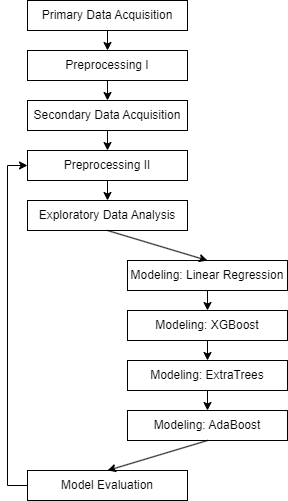
garybair/Predicting-Wine-Quality---A-Climatological-Approach keeps this draw.io diagram as images/project-flow-chart.png. Above is the earlier version. Source tidied: cells renumbered, new cells last; positions are measured from the earlier drawing's top-left corner, leaving out a move shared by most shapes.
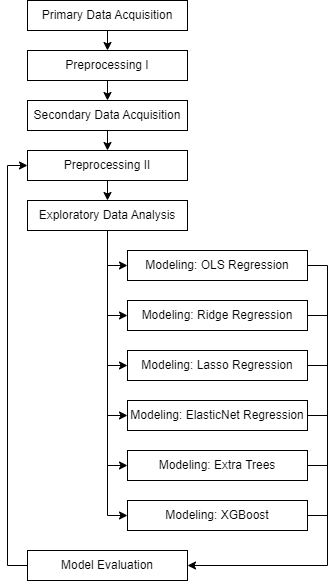
Later version of the same file.

The edit, as a diff of the source:
```diff
@@ -17,20 +17,20 @@
     <mxCell id="6" value="Exploratory Data Analysis" style="rounded=0;whiteSpace=wrap;html=1;" parent="1" vertex="1">
       <mxGeometry x="20" y="200" width="160" height="30" as="geometry" />
     </mxCell>
-    <mxCell id="7" value="Modeling: AdaBoost" style="rounded=0;whiteSpace=wrap;html=1;" parent="1" vertex="1">
-      <mxGeometry x="120" y="410" width="160" height="30" as="geometry" />
+    <mxCell id="7" value="Modeling: ElasticNet Regression" style="rounded=0;whiteSpace=wrap;html=1;" parent="1" vertex="1">
+      <mxGeometry x="120" y="400" width="180" height="30" as="geometry" />
     </mxCell>
-    <mxCell id="8" value="Modeling: Linear Regression" style="rounded=0;whiteSpace=wrap;html=1;" parent="1" vertex="1">
-      <mxGeometry x="120" y="260" width="160" height="30" as="geometry" />
+    <mxCell id="8" value="Modeling: OLS Regression" style="rounded=0;whiteSpace=wrap;html=1;" parent="1" vertex="1">
+      <mxGeometry x="120" y="250" width="180" height="30" as="geometry" />
     </mxCell>
-    <mxCell id="9" value="Modeling: XGBoost" style="rounded=0;whiteSpace=wrap;html=1;" parent="1" vertex="1">
-      <mxGeometry x="120" y="310" width="160" height="30" as="geometry" />
+    <mxCell id="9" value="Modeling: Ridge Regression" style="rounded=0;whiteSpace=wrap;html=1;" parent="1" vertex="1">
+      <mxGeometry x="120" y="300" width="180" height="30" as="geometry" />
     </mxCell>
-    <mxCell id="10" value="Modeling: ExtraTrees" style="rounded=0;whiteSpace=wrap;html=1;" parent="1" vertex="1">
-      <mxGeometry x="120" y="360" width="160" height="30" as="geometry" />
+    <mxCell id="10" value="Modeling: Lasso Regression" style="rounded=0;whiteSpace=wrap;html=1;" parent="1" vertex="1">
+      <mxGeometry x="120" y="350" width="180" height="30" as="geometry" />
     </mxCell>
     <mxCell id="11" value="Model Evaluation" style="rounded=0;whiteSpace=wrap;html=1;" parent="1" vertex="1">
-      <mxGeometry x="20" y="470" width="160" height="30" as="geometry" />
+      <mxGeometry x="20" y="550" width="160" height="30" as="geometry" />
     </mxCell>
     <mxCell id="12" style="endArrow=classic;html=1;rounded=0;exitX=0.5;exitY=1;exitDx=0;exitDy=0;" parent="1" edge="1" source="2" target="3">
       <mxGeometry relative="1" as="geometry" />
@@ -44,28 +44,97 @@
     <mxCell id="15" style="endArrow=classic;html=1;rounded=0;exitX=0.5;exitY=1;exitDx=0;exitDy=0;entryX=0.5;entryY=0;entryDx=0;entryDy=0;" parent="1" edge="1" source="5" target="6">
       <mxGeometry relative="1" as="geometry" />
     </mxCell>
-    <mxCell id="16" style="endArrow=classic;html=1;rounded=0;exitX=0.5;exitY=1;exitDx=0;exitDy=0;" parent="1" edge="1" source="8" target="9">
-      <mxGeometry relative="1" as="geometry" />
-    </mxCell>
-    <mxCell id="17" style="endArrow=classic;html=1;rounded=0;exitX=0.5;exitY=1;exitDx=0;exitDy=0;entryX=0.5;entryY=0;entryDx=0;entryDy=0;" parent="1" edge="1" source="6" target="8">
-      <mxGeometry relative="1" as="geometry" />
-    </mxCell>
-    <mxCell id="18" style="endArrow=classic;html=1;rounded=0;exitX=0.5;exitY=1;exitDx=0;exitDy=0;entryX=0.5;entryY=0;entryDx=0;entryDy=0;" parent="1" edge="1" source="9" target="10">
-      <mxGeometry relative="1" as="geometry" />
-    </mxCell>
-    <mxCell id="19" style="endArrow=classic;html=1;rounded=0;exitX=0.5;exitY=1;exitDx=0;exitDy=0;entryX=0.5;entryY=0;entryDx=0;entryDy=0;" parent="1" edge="1" source="10" target="7">
-      <mxGeometry relative="1" as="geometry" />
-    </mxCell>
-    <mxCell id="20" style="endArrow=classic;html=1;rounded=0;exitX=0.5;exitY=1;exitDx=0;exitDy=0;entryX=0.5;entryY=0;entryDx=0;entryDy=0;" parent="1" edge="1" source="7" target="11">
-      <mxGeometry relative="1" as="geometry" />
-    </mxCell>
     <mxCell id="21" style="endArrow=classic;html=1;rounded=0;exitX=0;exitY=0.5;exitDx=0;exitDy=0;entryX=0;entryY=0.5;entryDx=0;entryDy=0;" parent="1" edge="1" source="11" target="5">
       <mxGeometry relative="1" as="geometry">
         <Array as="points">
-          <mxPoint y="485" />
+          <mxPoint y="565" />
           <mxPoint y="165" />
         </Array>
       </mxGeometry>
     </mxCell>
+    <mxCell id="22" value="Modeling: Extra Trees" style="rounded=0;whiteSpace=wrap;html=1;" parent="1" vertex="1">
+      <mxGeometry x="120" y="450" width="180" height="30" as="geometry" />
+    </mxCell>
+    <mxCell id="23" value="Modeling: XGBoost" style="rounded=0;whiteSpace=wrap;html=1;" parent="1" vertex="1">
+      <mxGeometry x="120" y="500" width="180" height="30" as="geometry" />
+    </mxCell>
+    <mxCell id="24" style="endArrow=classic;html=1;rounded=0;exitX=0.5;exitY=1;exitDx=0;exitDy=0;entryX=0;entryY=0.5;entryDx=0;entryDy=0;" parent="1" edge="1" source="6" target="23">
+      <mxGeometry relative="1" as="geometry">
+        <Array as="points">
+          <mxPoint x="100" y="515" />
+        </Array>
+      </mxGeometry>
+    </mxCell>
+    <mxCell id="25" style="endArrow=classic;html=1;rounded=0;entryX=0;entryY=0.5;entryDx=0;entryDy=0;" parent="1" edge="1" target="22">
+      <mxGeometry relative="1" as="geometry">
+        <mxPoint x="100" y="230" as="sourcePoint" />
+        <Array as="points">
+          <mxPoint x="100" y="465" />
+        </Array>
+      </mxGeometry>
+    </mxCell>
+    <mxCell id="26" style="endArrow=classic;html=1;rounded=0;entryX=0;entryY=0.5;entryDx=0;entryDy=0;" parent="1" edge="1" target="7">
+      <mxGeometry relative="1" as="geometry">
+        <mxPoint x="100" y="230" as="sourcePoint" />
+        <Array as="points">
+          <mxPoint x="100" y="415" />
+        </Array>
+      </mxGeometry>
+    </mxCell>
+    <mxCell id="27" style="endArrow=classic;html=1;rounded=0;exitX=0.5;exitY=1;exitDx=0;exitDy=0;entryX=0;entryY=0.5;entryDx=0;entryDy=0;" parent="1" edge="1" source="6" target="10">
+      <mxGeometry relative="1" as="geometry">
+        <Array as="points">
+          <mxPoint x="100" y="365" />
+        </Array>
+      </mxGeometry>
+    </mxCell>
+    <mxCell id="28" style="endArrow=classic;html=1;rounded=0;exitX=0.5;exitY=1;exitDx=0;exitDy=0;entryX=0;entryY=0.5;entryDx=0;entryDy=0;" parent="1" edge="1" source="6" target="9">
+      <mxGeometry relative="1" as="geometry">
+        <Array as="points">
+          <mxPoint x="100" y="315" />
+        </Array>
+      </mxGeometry>
+    </mxCell>
+    <mxCell id="29" style="endArrow=classic;html=1;rounded=0;entryX=0;entryY=0.5;entryDx=0;entryDy=0;" parent="1" edge="1" target="8">
+      <mxGeometry relative="1" as="geometry">
+        <mxPoint x="100" y="230" as="sourcePoint" />
+        <Array as="points">
+          <mxPoint x="100" y="265" />
+        </Array>
+      </mxGeometry>
+    </mxCell>
+    <mxCell id="30" style="endArrow=classic;html=1;rounded=0;exitX=1;exitY=0.5;exitDx=0;exitDy=0;entryX=1;entryY=0.5;entryDx=0;entryDy=0;" parent="1" edge="1" source="8" target="11">
+      <mxGeometry relative="1" as="geometry">
+        <Array as="points">
+          <mxPoint x="320" y="265" />
+          <mxPoint x="320" y="565" />
+        </Array>
+      </mxGeometry>
+    </mxCell>
+    <mxCell id="31" style="endArrow=none;html=1;rounded=0;exitX=1;exitY=0.5;exitDx=0;exitDy=0;" parent="1" edge="1" source="9">
+      <mxGeometry relative="1" as="geometry">
+        <mxPoint x="320" y="315" as="targetPoint" />
+      </mxGeometry>
+    </mxCell>
+    <mxCell id="32" style="endArrow=none;html=1;rounded=0;exitX=1;exitY=0.5;exitDx=0;exitDy=0;" parent="1" edge="1" source="10">
+      <mxGeometry relative="1" as="geometry">
+        <mxPoint x="320" y="365" as="targetPoint" />
+      </mxGeometry>
+    </mxCell>
+    <mxCell id="33" style="endArrow=none;html=1;rounded=0;exitX=1;exitY=0.5;exitDx=0;exitDy=0;" parent="1" edge="1" source="7">
+      <mxGeometry relative="1" as="geometry">
+        <mxPoint x="320" y="415" as="targetPoint" />
+      </mxGeometry>
+    </mxCell>
+    <mxCell id="34" style="endArrow=none;html=1;rounded=0;exitX=1;exitY=0.5;exitDx=0;exitDy=0;" parent="1" edge="1" source="22">
+      <mxGeometry relative="1" as="geometry">
+        <mxPoint x="320" y="465" as="targetPoint" />
+      </mxGeometry>
+    </mxCell>
+    <mxCell id="35" style="endArrow=none;html=1;rounded=0;exitX=1;exitY=0.5;exitDx=0;exitDy=0;" parent="1" edge="1" source="23">
+      <mxGeometry relative="1" as="geometry">
+        <mxPoint x="320" y="515" as="targetPoint" />
+      </mxGeometry>
+    </mxCell>
   </root>
 </mxGraphModel>
```
